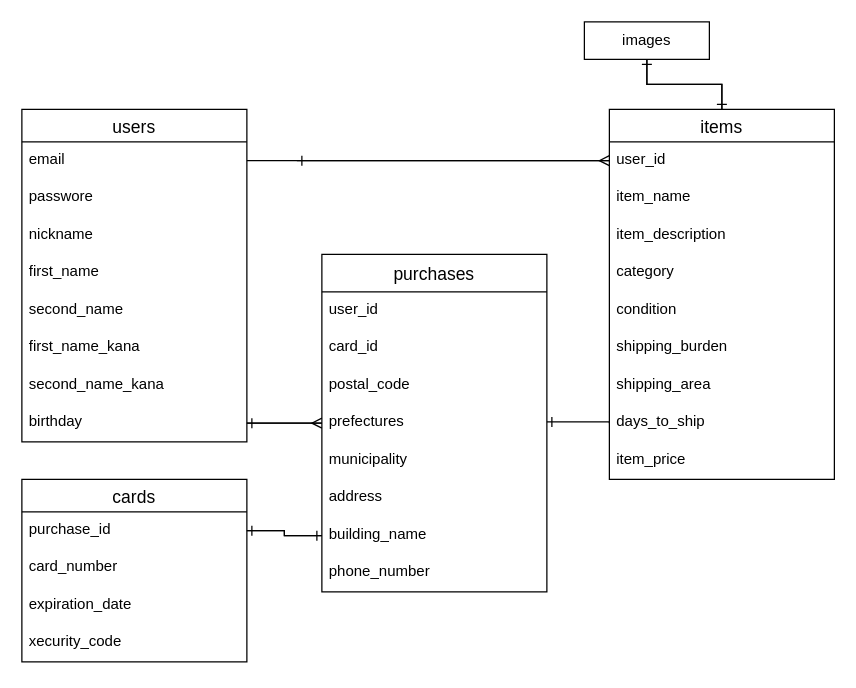
Above: ER図.dio in toyahatariku/furima-33971 (draw.io), before the change. Source tidied: cells renumbered, new cells numbered last; positions are measured from the earlier drawing's top-left corner, leaving out a move shared by most shapes. Both pictures are drawn from the tidied source at 125%, with x=0, y=0 at pixel (21, 21).
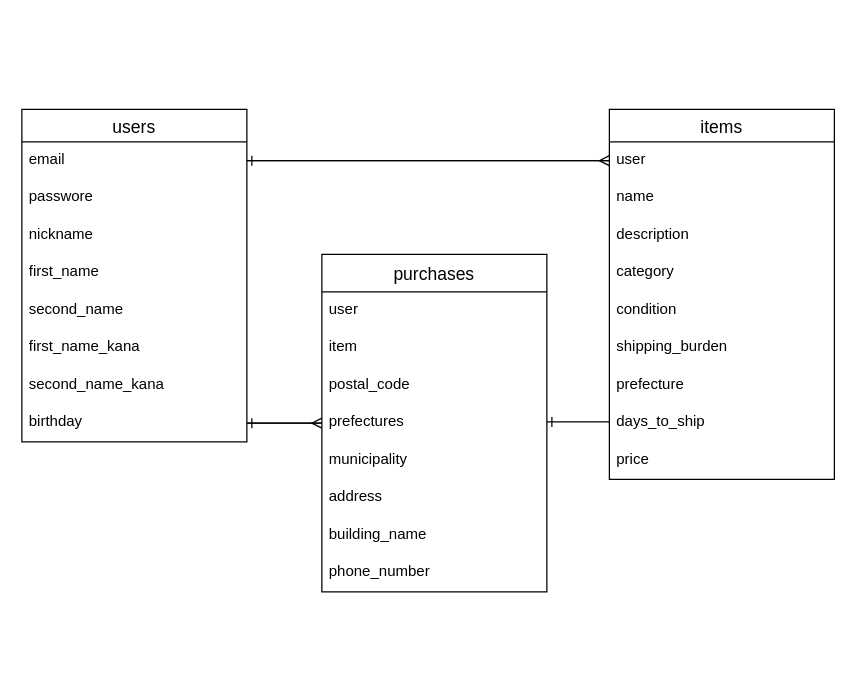
Above is the later version.

The change refers to these unchanged cells:
```xml
<mxCell id="3" value="email" style="text;strokeColor=none;fillColor=none;spacingLeft=4;spacingRight=4;overflow=hidden;points=[[0,0.5],[1,0.5]];portConstraint=eastwest;fontSize=12;" parent="2" vertex="1">
  <mxGeometry y="26" width="180" height="30" as="geometry" />
</mxCell>
<mxCell id="10" value="birthday" style="text;strokeColor=none;fillColor=none;spacingLeft=4;spacingRight=4;overflow=hidden;points=[[0,0.5],[1,0.5]];portConstraint=eastwest;fontSize=12;" parent="2" vertex="1">
  <mxGeometry y="236" width="180" height="30" as="geometry" />
</mxCell>
<mxCell id="12" value="items" style="swimlane;fontStyle=0;horizontal=1;startSize=26;align=center;fontSize=14;" parent="1" vertex="1">
  <mxGeometry x="470" y="70" width="180" height="296" as="geometry" />
</mxCell>
<mxCell id="24" value="purchases" style="swimlane;fontStyle=0;horizontal=1;startSize=30;align=center;fontSize=14;" parent="1" vertex="1">
  <mxGeometry x="240" y="186" width="180" height="270" as="geometry" />
</mxCell>
<mxCell id="31" value="building_name" style="text;strokeColor=none;fillColor=none;spacingLeft=4;spacingRight=4;overflow=hidden;points=[[0,0.5],[1,0.5]];portConstraint=eastwest;fontSize=12;" parent="24" vertex="1">
  <mxGeometry y="210" width="180" height="30" as="geometry" />
</mxCell>
```

Diff of the diagram source:
```diff
@@
-    <mxCell id="11" style="edgeStyle=orthogonalEdgeStyle;rounded=0;jettySize=auto;html=1;exitX=0.5;exitY=0;exitDx=0;exitDy=0;endArrow=ERone;endFill=0;" parent="1" edge="1" source="12" target="39">
-      <mxGeometry relative="1" as="geometry" />
-    </mxCell>
@@
-    <mxCell id="13" value="user_id" style="text;strokeColor=none;fillColor=none;spacingLeft=4;spacingRight=4;overflow=hidden;points=[[0,0.5],[1,0.5]];portConstraint=eastwest;fontSize=12;" parent="12" vertex="1">
+    <mxCell id="13" value="user" style="text;strokeColor=none;fillColor=none;spacingLeft=4;spacingRight=4;overflow=hidden;points=[[0,0.5],[1,0.5]];portConstraint=eastwest;fontSize=12;" parent="12" vertex="1">
       <mxGeometry y="26" width="180" height="30" as="geometry" />
     </mxCell>
-    <mxCell id="14" value="item_name" style="text;strokeColor=none;fillColor=none;spacingLeft=4;spacingRight=4;overflow=hidden;fontSize=12;" parent="12" vertex="1">
+    <mxCell id="14" value="name" style="text;strokeColor=none;fillColor=none;spacingLeft=4;spacingRight=4;overflow=hidden;fontSize=12;" parent="12" vertex="1">
       <mxGeometry y="56" width="180" height="30" as="geometry" />
     </mxCell>
-    <mxCell id="15" value="item_description" style="text;strokeColor=none;fillColor=none;spacingLeft=4;spacingRight=4;overflow=hidden;fontSize=12;" parent="12" vertex="1">
+    <mxCell id="15" value="description" style="text;strokeColor=none;fillColor=none;spacingLeft=4;spacingRight=4;overflow=hidden;fontSize=12;" parent="12" vertex="1">
       <mxGeometry y="86" width="180" height="30" as="geometry" />
     </mxCell>
@@
-    <mxCell id="19" value="shipping_area" style="text;strokeColor=none;fillColor=none;spacingLeft=4;spacingRight=4;overflow=hidden;fontSize=12;" parent="12" vertex="1">
+    <mxCell id="19" value="prefecture" style="text;strokeColor=none;fillColor=none;spacingLeft=4;spacingRight=4;overflow=hidden;fontSize=12;" parent="12" vertex="1">
       <mxGeometry y="206" width="180" height="30" as="geometry" />
     </mxCell>
@@
-    <mxCell id="21" value="item_price" style="text;strokeColor=none;fillColor=none;spacingLeft=4;spacingRight=4;overflow=hidden;fontSize=12;" parent="12" vertex="1">
+    <mxCell id="21" value="price" style="text;strokeColor=none;fillColor=none;spacingLeft=4;spacingRight=4;overflow=hidden;fontSize=12;" parent="12" vertex="1">
       <mxGeometry y="266" width="180" height="30" as="geometry" />
     </mxCell>
     <mxCell id="22" style="edgeStyle=orthogonalEdgeStyle;rounded=0;jettySize=auto;html=1;endArrow=ERone;endFill=0;" parent="1" edge="1" source="24" target="10">
       <mxGeometry relative="1" as="geometry">
         <Array as="points">
-          <mxPoint x="240" y="321" />
+          <mxPoint x="200" y="321" />
+          <mxPoint x="200" y="321" />
         </Array>
       </mxGeometry>
     </mxCell>
@@
-    <mxCell id="25" value="user_id" style="text;strokeColor=none;fillColor=none;spacingLeft=4;spacingRight=4;overflow=hidden;fontSize=12;" parent="24" vertex="1">
+    <mxCell id="25" value="user" style="text;strokeColor=none;fillColor=none;spacingLeft=4;spacingRight=4;overflow=hidden;fontSize=12;" parent="24" vertex="1">
       <mxGeometry y="30" width="180" height="30" as="geometry" />
     </mxCell>
-    <mxCell id="26" value="card_id" style="text;strokeColor=none;fillColor=none;spacingLeft=4;spacingRight=4;overflow=hidden;fontSize=12;" parent="24" vertex="1">
-      <mxGeometry y="60" width="180" height="30" as="geometry" />
-    </mxCell>
+    <mxCell id="46" value="item" style="text;strokeColor=none;fillColor=none;spacingLeft=4;spacingRight=4;overflow=hidden;fontSize=12;" parent="24" vertex="1">
+      <mxGeometry y="60" width="180" height="30" as="geometry" />
+    </mxCell>
@@
-    <mxCell id="33" value="cards" style="swimlane;fontStyle=0;horizontal=1;startSize=26;align=center;fontSize=14;" parent="1" vertex="1">
-      <mxGeometry y="366" width="180" height="146" as="geometry" />
-    </mxCell>
-    <mxCell id="34" value="purchase_id" style="text;strokeColor=none;fillColor=none;spacingLeft=4;spacingRight=4;overflow=hidden;points=[[0,0.5],[1,0.5]];portConstraint=eastwest;fontSize=12;" parent="33" vertex="1">
-      <mxGeometry y="26" width="180" height="30" as="geometry" />
-    </mxCell>
-    <mxCell id="35" value="card_number" style="text;strokeColor=none;fillColor=none;spacingLeft=4;spacingRight=4;overflow=hidden;fontSize=12;" parent="33" vertex="1">
-      <mxGeometry y="56" width="180" height="30" as="geometry" />
-    </mxCell>
-    <mxCell id="36" value="expiration_date" style="text;strokeColor=none;fillColor=none;spacingLeft=4;spacingRight=4;overflow=hidden;fontSize=12;" parent="33" vertex="1">
-      <mxGeometry y="86" width="180" height="30" as="geometry" />
-    </mxCell>
-    <mxCell id="37" value="xecurity_code" style="text;strokeColor=none;fillColor=none;spacingLeft=4;spacingRight=4;overflow=hidden;fontSize=12;" parent="33" vertex="1">
-      <mxGeometry y="116" width="180" height="30" as="geometry" />
-    </mxCell>
-    <mxCell id="38" style="edgeStyle=orthogonalEdgeStyle;rounded=0;jettySize=auto;html=1;exitX=0.5;exitY=1;exitDx=0;exitDy=0;endArrow=ERone;endFill=0;entryX=0.5;entryY=0;entryDx=0;entryDy=0;" parent="1" edge="1" source="39" target="12">
-      <mxGeometry relative="1" as="geometry" />
-    </mxCell>
-    <mxCell id="39" value="images" style="whiteSpace=wrap;html=1;align=center;" parent="1" vertex="1">
-      <mxGeometry x="450" width="100" height="30" as="geometry" />
-    </mxCell>
@@
-    <mxCell id="41" style="edgeStyle=orthogonalEdgeStyle;rounded=0;jettySize=auto;html=1;endArrow=ERone;endFill=0;" parent="1" edge="1" source="13">
-      <mxGeometry relative="1" as="geometry">
-        <mxPoint x="220" y="111" as="targetPoint" />
-      </mxGeometry>
+    <mxCell id="41" style="edgeStyle=orthogonalEdgeStyle;rounded=0;jettySize=auto;html=1;endArrow=ERone;endFill=0;entryX=1;entryY=0.5;entryDx=0;entryDy=0;" parent="1" edge="1" source="13" target="3">
+      <mxGeometry relative="1" as="geometry" />
     </mxCell>
@@
-    <mxCell id="44" style="edgeStyle=orthogonalEdgeStyle;rounded=0;jettySize=auto;html=1;endArrow=ERone;endFill=0;entryX=1;entryY=0.5;entryDx=0;entryDy=0;" parent="1" edge="1" source="31" target="34">
-      <mxGeometry relative="1" as="geometry">
-        <Array as="points">
-          <mxPoint x="210" y="411" />
-          <mxPoint x="210" y="407" />
-        </Array>
-      </mxGeometry>
-    </mxCell>
-    <mxCell id="45" style="edgeStyle=orthogonalEdgeStyle;rounded=0;jettySize=auto;html=1;exitX=1;exitY=0.5;exitDx=0;exitDy=0;entryX=0;entryY=0.5;entryDx=0;entryDy=0;endArrow=ERone;endFill=0;" parent="1" edge="1" source="34" target="31">
-      <mxGeometry relative="1" as="geometry" />
-    </mxCell>
```
